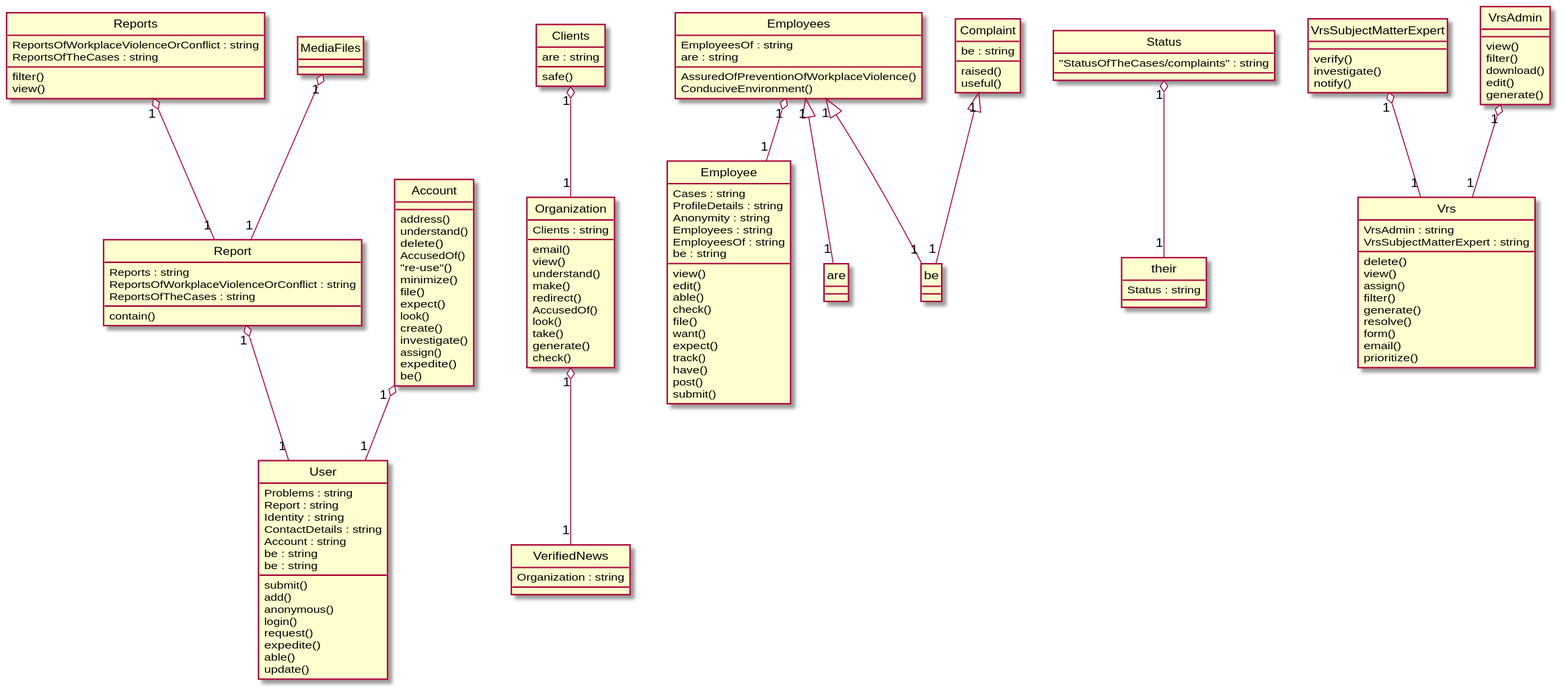
Earlier version of the PlantUML export Diagrams/2019-USC-Project05.svg (xixixhalu/DomainModelExtractor).
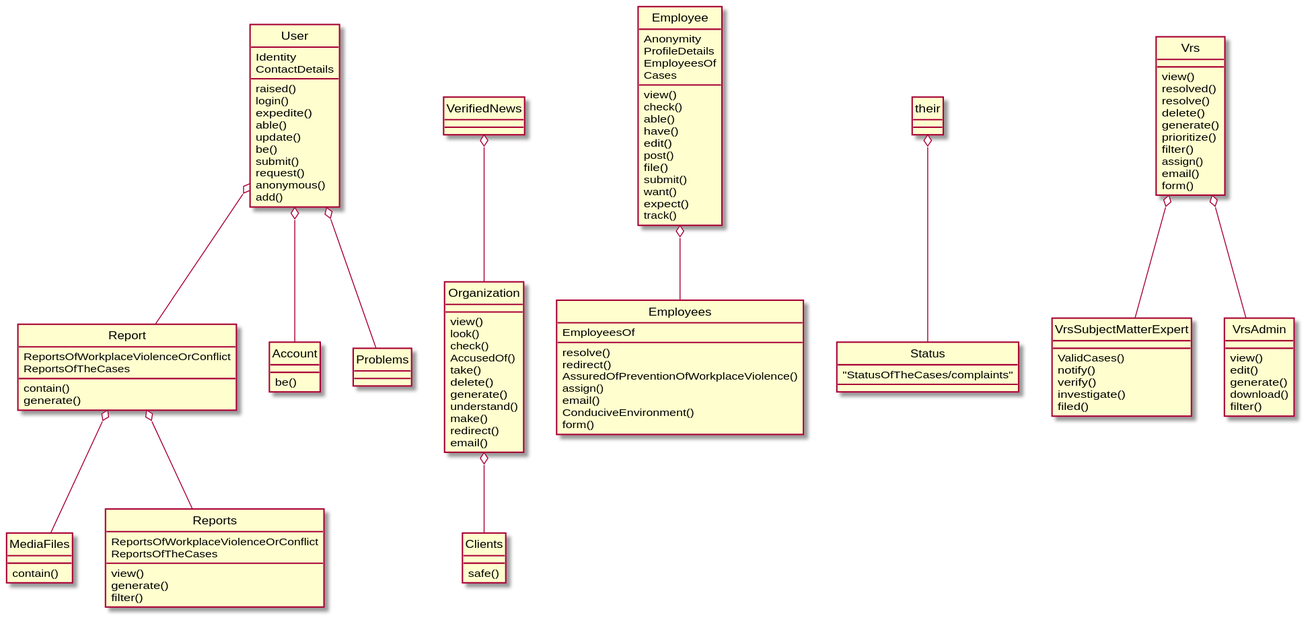
Later version of the same file.

The edit, as a diff of the source:
```diff
@@ -1,142 +1,123 @@
 @startuml
 hide circle
 class User {
-	Problems : string
-	Report : string
-	Identity : string
-	ContactDetails : string
-	Account : string
-	be : string
-	be : string
-	submit()
-	add()
-	anonymous()
+	Identity
+	ContactDetails
+	raised()
 	login()
-	request()
 	expedite()
 	able()
 	update()
+	be()
+	submit()
+	request()
+	anonymous()
+	add()
 }
 class Organization {
-	Clients : string
-	email()
 	view()
+	look()
+	check()
+	AccusedOf()
+	take()
+	delete()
+	generate()
 	understand()
 	make()
 	redirect()
-	AccusedOf()
-	look()
-	take()
-	generate()
-	check()
+	email()
 }
 class Employee {
-	Cases : string
-	ProfileDetails : string
-	Anonymity : string
-	Employees : string
-	EmployeesOf : string
-	be : string
+	Anonymity
+	ProfileDetails
+	EmployeesOf
+	Cases
 	view()
+	check()
+	able()
+	have()
 	edit()
-	able()
-	check()
+	post()
 	file()
+	submit()
 	want()
 	expect()
 	track()
-	have()
-	post()
-	submit()
 }
 class their {
-	Status : string
 }
 class VerifiedNews {
-	Organization : string
 }
 class Report {
-	Reports : string
-	ReportsOfWorkplaceViolenceOrConflict : string
-	ReportsOfTheCases : string
+	ReportsOfWorkplaceViolenceOrConflict
+	ReportsOfTheCases
+	contain()
+	generate()
+}
+class MediaFiles {
 	contain()
 }
+class Employees {
+	EmployeesOf
+	resolve()
+	redirect()
+	AssuredOfPreventionOfWorkplaceViolence()
+	assign()
+	email()
+	ConduciveEnvironment()
+	form()
+}
 class Reports {
-	ReportsOfWorkplaceViolenceOrConflict : string
-	ReportsOfTheCases : string
+	ReportsOfWorkplaceViolenceOrConflict
+	ReportsOfTheCases
+	view()
+	generate()
 	filter()
-	view()
 }
 class Vrs {
-	VrsAdmin : string
-	VrsSubjectMatterExpert : string
+	view()
+	resolved()
+	resolve()
 	delete()
-	view()
+	generate()
+	prioritize()
+	filter()
 	assign()
-	filter()
-	generate()
-	resolve()
+	email()
 	form()
-	email()
-	prioritize()
 }
 class Status {
-	"StatusOfTheCases/complaints" : string
-}
-class Employees {
-	EmployeesOf : string
-	are : string
-	AssuredOfPreventionOfWorkplaceViolence()
-	ConduciveEnvironment()
-}
-class Complaint {
-	be : string
-	raised()
-	useful()
-}
-class Clients {
-	are : string
-	safe()
+	"StatusOfTheCases/complaints"
 }
 class VrsSubjectMatterExpert {
+	ValidCases()
+	notify()
 	verify()
 	investigate()
-	notify()
+	filed()
+}
+class Account {
+	be()
 }
 class VrsAdmin {
 	view()
-	filter()
-	download()
 	edit()
 	generate()
+	download()
+	filter()
 }
-class Account {
-	address()
-	understand()
-	delete()
-	AccusedOf()
-	"re-use"()
-	minimize()
-	file()
-	expect()
-	look()
-	create()
-	investigate()
-	assign()
-	expedite()
-	be()
+class Clients {
+	safe()
 }
-Reports "1" o-- "1" Report
-Account "1" o-- "1" User
-Employees "1" <|-- "1" be
-VrsSubjectMatterExpert "1" o-- "1" Vrs
-Clients "1" o-- "1" Organization
-VrsAdmin "1" o-- "1" Vrs
-Employees "1" o-- "1" Employee
-Complaint "1" <|-- "1" be
-Status "1" o-- "1" their
-MediaFiles "1" o-- "1" Report
-Employees "1" <|-- "1" are
-Organization "1" o-- "1" VerifiedNews
-Report "1" o-- "1" User
+Employee o-- Employees
+Report o-- MediaFiles
+their o-- Status
+User o-- Report
+VerifiedNews o-- Organization
+User o-- Account
+Report o-- Reports
+User o-- Problems
+Vrs o-- VrsSubjectMatterExpert
+Organization o-- Clients
+Vrs o-- VrsAdmin
 @enduml
```
